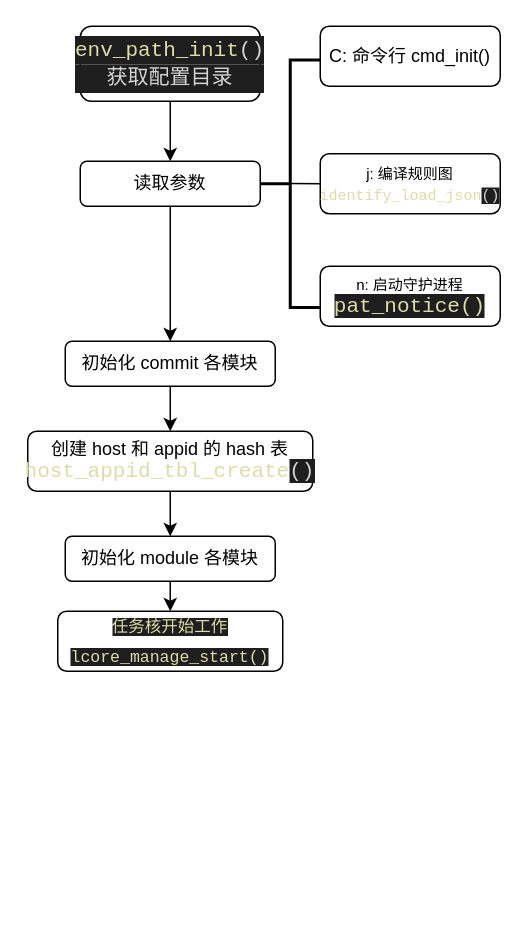
Above: assets/img/pat.drawio in thewangcj/thewangcj.github.io (draw.io), before the change. Source tidied: cells renumbered, new cells numbered last; positions are measured from the earlier drawing's top-left corner, leaving out a move shared by most shapes. Both pictures are drawn from the tidied source at 150%, with x=0, y=0 at pixel (27, 26).
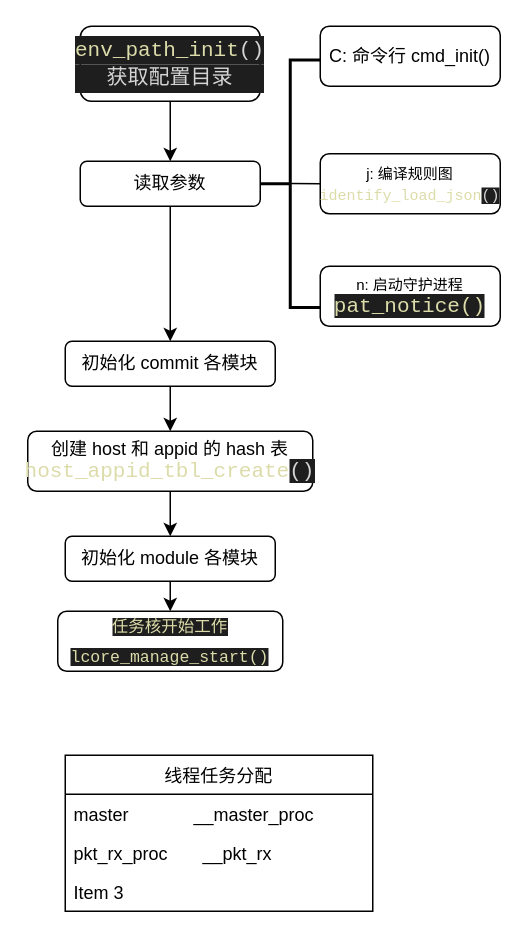
After the change.

Change to the diagram source:
```diff
@@
+    <mxCell id="18" value="线程任务分配" style="swimlane;fontStyle=0;horizontal=1;startSize=26;" parent="1" vertex="1">
+      <mxGeometry x="25" y="486" width="205" height="104" as="geometry" />
+    </mxCell>
+    <mxCell id="19" value="master             __master_proc" style="text;strokeColor=none;fillColor=none;align=left;verticalAlign=top;spacingLeft=4;spacingRight=4;overflow=hidden;" parent="18" vertex="1">
+      <mxGeometry y="26" width="205" height="26" as="geometry" />
+    </mxCell>
+    <mxCell id="20" value="pkt_rx_proc       __pkt_rx" style="text;strokeColor=none;fillColor=none;align=left;verticalAlign=top;spacingLeft=4;spacingRight=4;overflow=hidden;" parent="18" vertex="1">
+      <mxGeometry y="52" width="205" height="26" as="geometry" />
+    </mxCell>
+    <mxCell id="21" value="Item 3" style="text;strokeColor=none;fillColor=none;align=left;verticalAlign=top;spacingLeft=4;spacingRight=4;overflow=hidden;" parent="18" vertex="1">
+      <mxGeometry y="78" width="205" height="26" as="geometry" />
+    </mxCell>
```
